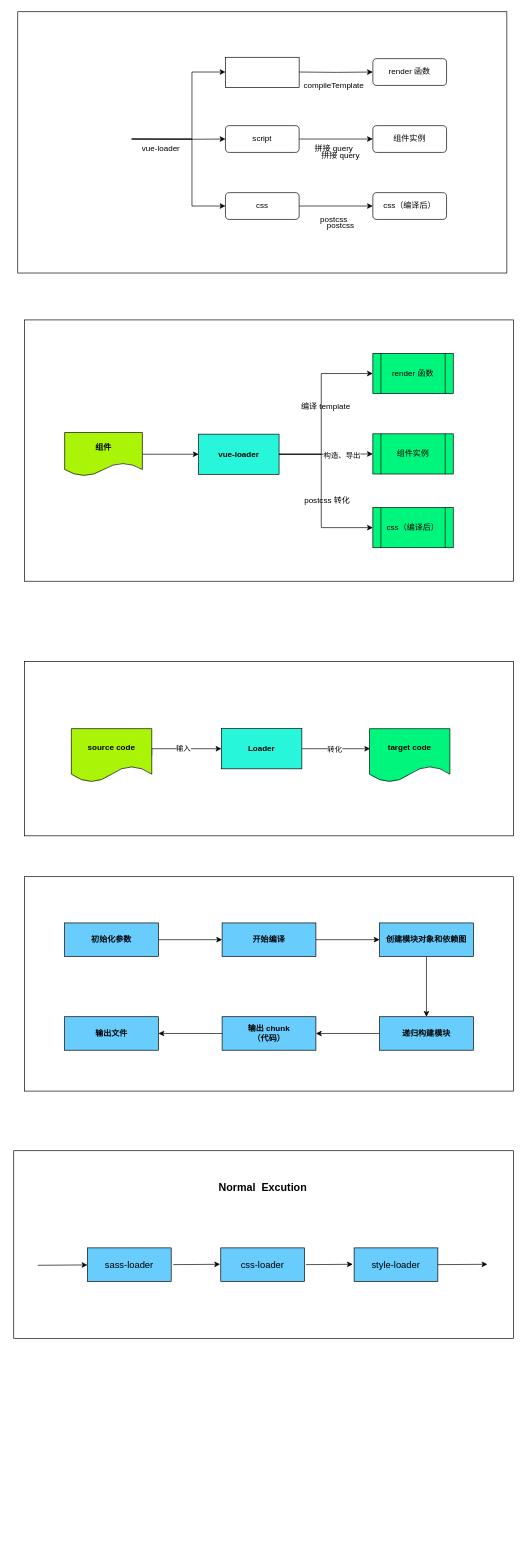
Before: Untitled scoped css.drawio in WJCHumble/graph-asserts, a draw.io diagram. Source tidied: cells renumbered, new cells numbered last; positions are measured from the earlier drawing's top-left corner, leaving out a move shared by most shapes. Both pictures are drawn from the tidied source at 67%, with x=0, y=0 at pixel (13, 11).
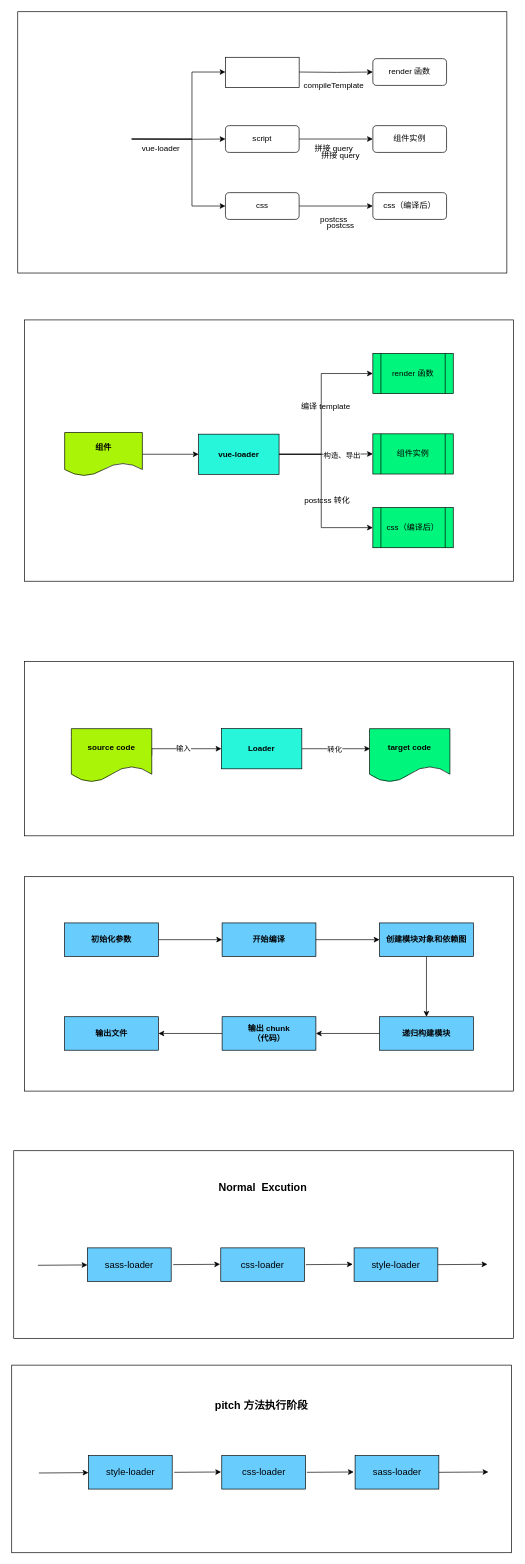
The same page after the edit.

The edit, as a diff of the source:
```diff
@@
+    <mxCell id="63" style="rounded=0;whiteSpace=wrap;html=1;" parent="1" vertex="1">
+      <mxGeometry x="-3" y="2020" width="746" height="280" as="geometry" />
+    </mxCell>
+    <mxCell id="64" value="&lt;span style=&quot;font-size: 16px&quot;&gt;&lt;b&gt;pitch 方法执行阶段&lt;/b&gt;&lt;/span&gt;" style="text;html=1;strokeColor=none;fillColor=none;align=center;verticalAlign=middle;whiteSpace=wrap;rounded=0;" parent="1" vertex="1">
+      <mxGeometry x="250" y="2070" width="240" height="20" as="geometry" />
+    </mxCell>
+    <mxCell id="65" value="&lt;font style=&quot;font-size: 14px&quot;&gt;style-loader&lt;/font&gt;" style="rounded=0;whiteSpace=wrap;html=1;fillColor=#68CCFD;" parent="1" vertex="1">
+      <mxGeometry x="111.5" y="2155" width="125" height="50" as="geometry" />
+    </mxCell>
+    <mxCell id="66" value="&lt;font style=&quot;font-size: 14px&quot;&gt;css-loader&lt;/font&gt;" style="rounded=0;whiteSpace=wrap;html=1;fillColor=#68CCFD;" parent="1" vertex="1">
+      <mxGeometry x="310.5" y="2155" width="125" height="50" as="geometry" />
+    </mxCell>
+    <mxCell id="67" value="&lt;font style=&quot;font-size: 14px&quot;&gt;sass-loader&lt;/font&gt;" style="rounded=0;whiteSpace=wrap;html=1;fillColor=#68CCFD;" parent="1" vertex="1">
+      <mxGeometry x="509.5" y="2155" width="125" height="50" as="geometry" />
+    </mxCell>
+    <mxCell id="68" style="endArrow=classic;html=1;" parent="1" edge="1" target="65">
+      <mxGeometry relative="1" as="geometry">
+        <mxPoint x="37.5" y="2181" as="sourcePoint" />
+      </mxGeometry>
+    </mxCell>
+    <mxCell id="69" style="endArrow=classic;html=1;" parent="1" edge="1">
+      <mxGeometry relative="1" as="geometry">
+        <mxPoint x="239.5" y="2180" as="sourcePoint" />
+        <mxPoint x="309.5" y="2179.5" as="targetPoint" />
+      </mxGeometry>
+    </mxCell>
+    <mxCell id="70" style="endArrow=classic;html=1;" parent="1" edge="1">
+      <mxGeometry relative="1" as="geometry">
+        <mxPoint x="437.5" y="2180" as="sourcePoint" />
+        <mxPoint x="507.5" y="2179.5" as="targetPoint" />
+      </mxGeometry>
+    </mxCell>
+    <mxCell id="71" style="endArrow=classic;html=1;" parent="1" edge="1">
+      <mxGeometry relative="1" as="geometry">
+        <mxPoint x="634.5" y="2180" as="sourcePoint" />
+        <mxPoint x="708.5" y="2179.5" as="targetPoint" />
+      </mxGeometry>
+    </mxCell>
```
